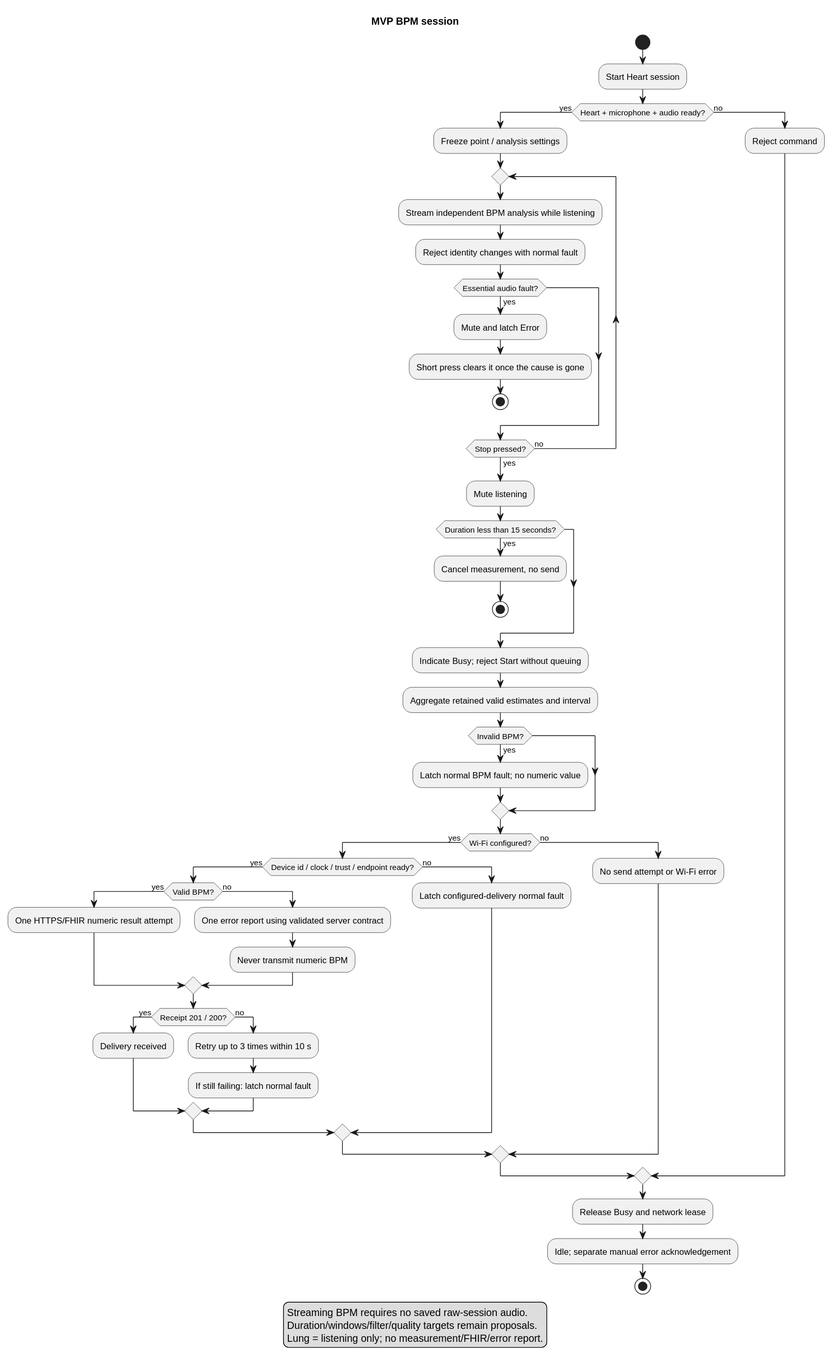
Earlier version of the PlantUML export Development/system/architecture/rendered/measurement_workflow.svg (DemonicPsychoII/DigitalStethoscope).
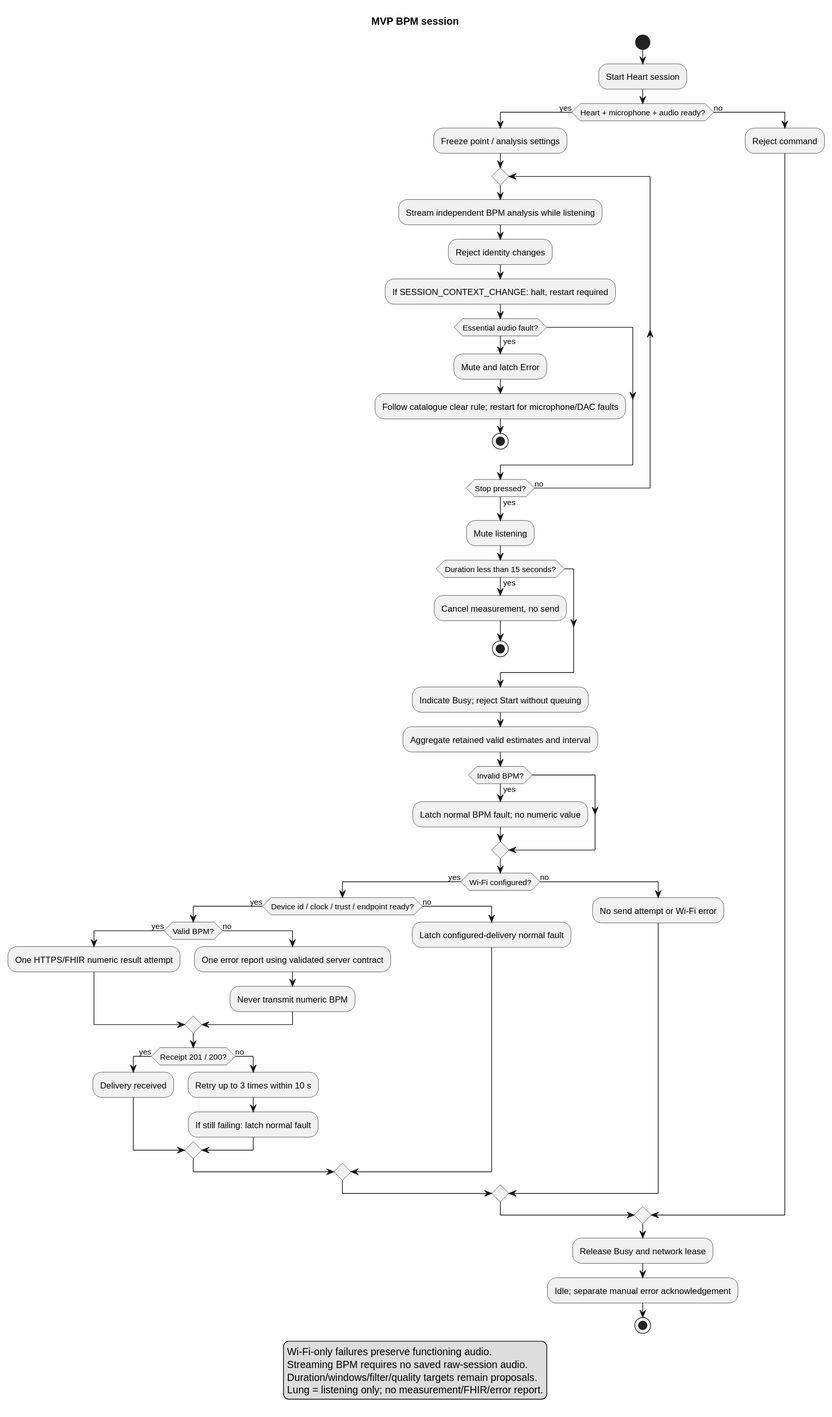
Later version of the same file.

What changed in the source:
```diff
@@ -8,10 +8,11 @@
  :Freeze point / analysis settings;
  repeat
   :Stream independent BPM analysis while listening;
-  :Reject identity changes with normal fault;
+  :Reject identity changes;
+  :If SESSION_CONTEXT_CHANGE: halt, restart required;
   if (Essential audio fault?) then (yes)
    :Mute and latch Error;
-   :Short press clears it once the cause is gone;
+   :Follow catalogue clear rule; restart for microphone/DAC faults;
    stop
   endif
  repeat while (Stop pressed?) is (no) not (yes)
@@ -52,6 +53,7 @@
 :Idle; separate manual error acknowledgement;
 stop
 legend bottom
+  Wi-Fi-only failures preserve functioning audio.
   Streaming BPM requires no saved raw-session audio.
   Duration/windows/filter/quality targets remain proposals.
   Lung = listening only; no measurement/FHIR/error report.
```
